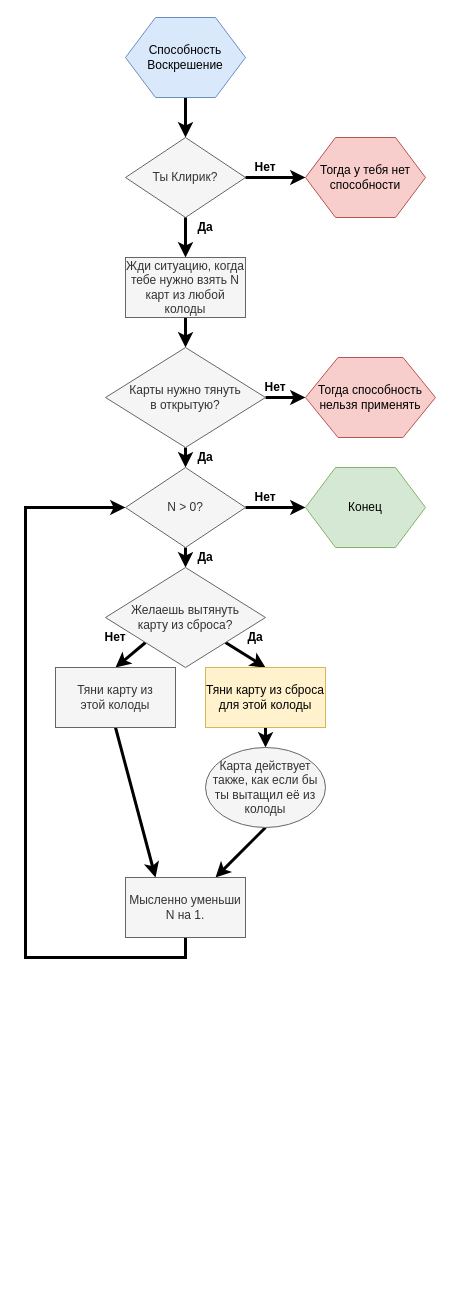
Earlier version of the draw.io diagram Cleric.drawio (MarisKori/cards_rus). Source tidied: cells renumbered, new cells numbered last; positions are measured from the earlier drawing's top-left corner, leaving out a move shared by most shapes. Both pictures are drawn from the tidied source at 100%, with x=0, y=0 at pixel (25, 17).
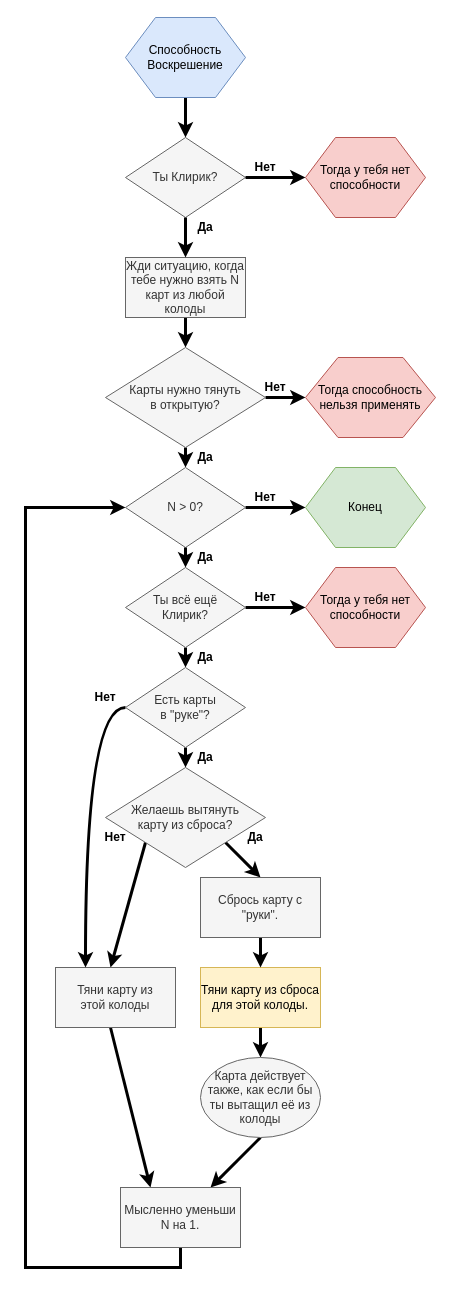
After the change.

The change refers to these unchanged cells:
```xml
<mxCell id="18" value="N &amp;gt; 0?" style="rhombus;whiteSpace=wrap;html=1;fillColor=#f5f5f5;strokeColor=#666666;fontColor=#333333;" parent="1" vertex="1">
  <mxGeometry x="100" y="450" width="120" height="80" as="geometry" />
</mxCell>
<mxCell id="36" value="&lt;b&gt;Да&lt;/b&gt;" style="text;html=1;strokeColor=none;fillColor=none;align=center;verticalAlign=middle;whiteSpace=wrap;rounded=0;" parent="1" vertex="1">
  <mxGeometry x="160" y="530" width="40" height="20" as="geometry" />
</mxCell>
```

Diff of the diagram source:
```diff
@@
-    <mxCell id="16" style="edgeStyle=orthogonalEdgeStyle;rounded=0;jettySize=auto;html=1;exitX=0.5;exitY=1;exitDx=0;exitDy=0;entryX=0.5;entryY=0;entryDx=0;entryDy=0;strokeWidth=3;" parent="1" edge="1" source="18" target="21">
-      <mxGeometry relative="1" as="geometry" />
-    </mxCell>
@@
-    <mxCell id="19" style="edgeStyle=none;rounded=0;jettySize=auto;html=1;exitX=0;exitY=1;exitDx=0;exitDy=0;entryX=0.5;entryY=0;entryDx=0;entryDy=0;strokeWidth=3;" parent="1" edge="1" source="21" target="25">
-      <mxGeometry relative="1" as="geometry" />
+    <mxCell id="19" style="edgeStyle=none;rounded=0;jettySize=auto;html=1;exitX=0;exitY=1;exitDx=0;exitDy=0;entryX=0.5;entryY=0;entryDx=0;entryDy=0;strokeWidth=3;" parent="1" edge="1" source="21">
+      <mxGeometry relative="1" as="geometry">
+        <mxPoint x="85" y="950" as="targetPoint" />
+      </mxGeometry>
     </mxCell>
-    <mxCell id="20" style="edgeStyle=none;rounded=0;jettySize=auto;html=1;exitX=1;exitY=1;exitDx=0;exitDy=0;entryX=0.5;entryY=0;entryDx=0;entryDy=0;strokeWidth=3;" parent="1" edge="1" source="21" target="23">
+    <mxCell id="20" style="edgeStyle=none;rounded=0;jettySize=auto;html=1;exitX=1;exitY=1;exitDx=0;exitDy=0;strokeWidth=3;entryX=0.5;entryY=0;entryDx=0;entryDy=0;" parent="1" edge="1" source="21" target="44">
       <mxGeometry relative="1" as="geometry" />
     </mxCell>
     <mxCell id="21" value="Желаешь вытянуть&lt;br&gt;карту из сброса?" style="rhombus;whiteSpace=wrap;html=1;fillColor=#f5f5f5;strokeColor=#666666;fontColor=#333333;" parent="1" vertex="1">
-      <mxGeometry x="80" y="550" width="160" height="100" as="geometry" />
+      <mxGeometry x="80" y="750" width="160" height="100" as="geometry" />
     </mxCell>
@@
-    <mxCell id="23" value="Тяни карту из сброса для этой колоды" style="rounded=0;whiteSpace=wrap;html=1;fillColor=#fff2cc;strokeColor=#d6b656;" parent="1" vertex="1">
-      <mxGeometry x="180" y="650" width="120" height="60" as="geometry" />
+    <mxCell id="23" value="Тяни карту из сброса для этой колоды." style="rounded=0;whiteSpace=wrap;html=1;fillColor=#fff2cc;strokeColor=#d6b656;" parent="1" vertex="1">
+      <mxGeometry x="175" y="950" width="120" height="60" as="geometry" />
     </mxCell>
-    <mxCell id="24" style="edgeStyle=none;rounded=0;jettySize=auto;html=1;exitX=0.5;exitY=1;exitDx=0;exitDy=0;entryX=0.25;entryY=0;entryDx=0;entryDy=0;strokeWidth=3;" parent="1" edge="1" source="25" target="29">
-      <mxGeometry relative="1" as="geometry" />
+    <mxCell id="24" style="edgeStyle=none;rounded=0;jettySize=auto;html=1;exitX=0.5;exitY=1;exitDx=0;exitDy=0;entryX=0.25;entryY=0;entryDx=0;entryDy=0;strokeWidth=3;" parent="1" edge="1" target="29">
+      <mxGeometry relative="1" as="geometry">
+        <mxPoint x="85" y="1010" as="sourcePoint" />
+      </mxGeometry>
     </mxCell>
     <mxCell id="25" value="Тяни карту из&lt;br&gt;этой колоды" style="rounded=0;whiteSpace=wrap;html=1;fillColor=#f5f5f5;strokeColor=#666666;fontColor=#333333;" parent="1" vertex="1">
-      <mxGeometry x="30" y="650" width="120" height="60" as="geometry" />
+      <mxGeometry x="30" y="950" width="120" height="60" as="geometry" />
     </mxCell>
@@
     <mxCell id="27" value="Карта действует также, как если бы ты вытащил её из колоды" style="ellipse;whiteSpace=wrap;html=1;fillColor=#f5f5f5;strokeColor=#666666;fontColor=#333333;" parent="1" vertex="1">
-      <mxGeometry x="180" y="730" width="120" height="80" as="geometry" />
+      <mxGeometry x="175" y="1040" width="120" height="80" as="geometry" />
     </mxCell>
     <mxCell id="28" style="edgeStyle=orthogonalEdgeStyle;rounded=0;jettySize=auto;html=1;exitX=0.5;exitY=1;exitDx=0;exitDy=0;entryX=0;entryY=0.5;entryDx=0;entryDy=0;strokeWidth=3;" parent="1" edge="1" source="29" target="18">
       <mxGeometry relative="1" as="geometry">
         <Array as="points">
-          <mxPoint x="160" y="940" />
-          <mxPoint y="940" />
+          <mxPoint x="155" y="1250" />
+          <mxPoint y="1250" />
           <mxPoint y="490" />
         </Array>
       </mxGeometry>
     </mxCell>
     <mxCell id="29" value="Мысленно уменьши N на 1." style="rounded=0;whiteSpace=wrap;html=1;fillColor=#f5f5f5;strokeColor=#666666;fontColor=#333333;" parent="1" vertex="1">
-      <mxGeometry x="100" y="860" width="120" height="60" as="geometry" />
+      <mxGeometry x="95" y="1170" width="120" height="60" as="geometry" />
     </mxCell>
@@
     <mxCell id="33" value="&lt;b&gt;Нет&lt;/b&gt;" style="text;html=1;strokeColor=none;fillColor=none;align=center;verticalAlign=middle;whiteSpace=wrap;rounded=0;" parent="1" vertex="1">
-      <mxGeometry x="70" y="610" width="40" height="20" as="geometry" />
+      <mxGeometry x="70" y="810" width="40" height="20" as="geometry" />
     </mxCell>
     <mxCell id="34" value="&lt;b&gt;Да&lt;/b&gt;" style="text;html=1;strokeColor=none;fillColor=none;align=center;verticalAlign=middle;whiteSpace=wrap;rounded=0;" parent="1" vertex="1">
-      <mxGeometry x="210" y="610" width="40" height="20" as="geometry" />
+      <mxGeometry x="210" y="810" width="40" height="20" as="geometry" />
     </mxCell>
@@
+    <mxCell id="37" style="edgeStyle=none;rounded=0;jettySize=auto;html=1;exitX=0.5;exitY=1;exitDx=0;exitDy=0;entryX=0.5;entryY=0;entryDx=0;entryDy=0;strokeWidth=3;" parent="1" edge="1" source="39" target="42">
+      <mxGeometry relative="1" as="geometry" />
+    </mxCell>
+    <mxCell id="38" style="edgeStyle=none;rounded=0;jettySize=auto;html=1;exitX=1;exitY=0.5;exitDx=0;exitDy=0;entryX=0;entryY=0.5;entryDx=0;entryDy=0;strokeWidth=3;" parent="1" edge="1" source="39" target="45">
+      <mxGeometry relative="1" as="geometry" />
+    </mxCell>
+    <mxCell id="39" value="Ты всё ещё&lt;br&gt;Клирик?" style="rhombus;whiteSpace=wrap;html=1;fillColor=#f5f5f5;strokeColor=#666666;fontColor=#333333;" parent="1" vertex="1">
+      <mxGeometry x="100" y="550" width="120" height="80" as="geometry" />
+    </mxCell>
+    <mxCell id="40" style="edgeStyle=none;rounded=0;jettySize=auto;html=1;exitX=0.5;exitY=1;exitDx=0;exitDy=0;entryX=0.5;entryY=0;entryDx=0;entryDy=0;strokeWidth=3;" parent="1" edge="1" source="42" target="21">
+      <mxGeometry relative="1" as="geometry" />
+    </mxCell>
+    <mxCell id="41" style="edgeStyle=orthogonalEdgeStyle;curved=1;rounded=0;jettySize=auto;html=1;exitX=0;exitY=0.5;exitDx=0;exitDy=0;entryX=0.25;entryY=0;entryDx=0;entryDy=0;strokeWidth=3;" parent="1" edge="1" source="42" target="25">
+      <mxGeometry relative="1" as="geometry" />
+    </mxCell>
+    <mxCell id="42" value="Есть карты&lt;br&gt;в &quot;руке&quot;?" style="rhombus;whiteSpace=wrap;html=1;fillColor=#f5f5f5;strokeColor=#666666;fontColor=#333333;" parent="1" vertex="1">
+      <mxGeometry x="100" y="650" width="120" height="80" as="geometry" />
+    </mxCell>
+    <mxCell id="43" style="edgeStyle=none;rounded=0;jettySize=auto;html=1;exitX=0.5;exitY=1;exitDx=0;exitDy=0;entryX=0.5;entryY=0;entryDx=0;entryDy=0;strokeWidth=3;" parent="1" edge="1" source="44" target="23">
+      <mxGeometry relative="1" as="geometry" />
+    </mxCell>
+    <mxCell id="44" value="&lt;span style=&quot;white-space: normal&quot;&gt;Сбрось карту с &quot;руки&quot;.&lt;/span&gt;" style="rounded=0;whiteSpace=wrap;html=1;fillColor=#f5f5f5;strokeColor=#666666;fontColor=#333333;" parent="1" vertex="1">
+      <mxGeometry x="175" y="860" width="120" height="60" as="geometry" />
+    </mxCell>
+    <mxCell id="45" value="Тогда у тебя нет способности" style="shape=hexagon;perimeter=hexagonPerimeter2;whiteSpace=wrap;html=1;fillColor=#f8cecc;strokeColor=#b85450;" parent="1" vertex="1">
+      <mxGeometry x="280" y="550" width="120" height="80" as="geometry" />
+    </mxCell>
+    <mxCell id="46" style="edgeStyle=none;rounded=0;orthogonalLoop=1;jettySize=auto;html=1;exitX=0;exitY=0;exitDx=0;exitDy=0;entryX=0;entryY=1;entryDx=0;entryDy=0;strokeWidth=3;" parent="1" edge="1" source="36" target="36">
+      <mxGeometry relative="1" as="geometry" />
+    </mxCell>
+    <mxCell id="47" value="&lt;b&gt;Да&lt;/b&gt;" style="text;html=1;strokeColor=none;fillColor=none;align=center;verticalAlign=middle;whiteSpace=wrap;rounded=0;" parent="1" vertex="1">
+      <mxGeometry x="160" y="630" width="40" height="20" as="geometry" />
+    </mxCell>
+    <mxCell id="48" value="&lt;b&gt;Да&lt;/b&gt;" style="text;html=1;strokeColor=none;fillColor=none;align=center;verticalAlign=middle;whiteSpace=wrap;rounded=0;" parent="1" vertex="1">
+      <mxGeometry x="160" y="730" width="40" height="20" as="geometry" />
+    </mxCell>
+    <mxCell id="49" value="&lt;b&gt;Нет&lt;/b&gt;" style="text;html=1;strokeColor=none;fillColor=none;align=center;verticalAlign=middle;whiteSpace=wrap;rounded=0;" parent="1" vertex="1">
+      <mxGeometry x="220" y="570" width="40" height="20" as="geometry" />
+    </mxCell>
+    <mxCell id="50" value="&lt;b&gt;Нет&lt;/b&gt;" style="text;html=1;strokeColor=none;fillColor=none;align=center;verticalAlign=middle;whiteSpace=wrap;rounded=0;" parent="1" vertex="1">
+      <mxGeometry x="60" y="670" width="40" height="20" as="geometry" />
+    </mxCell>
```
